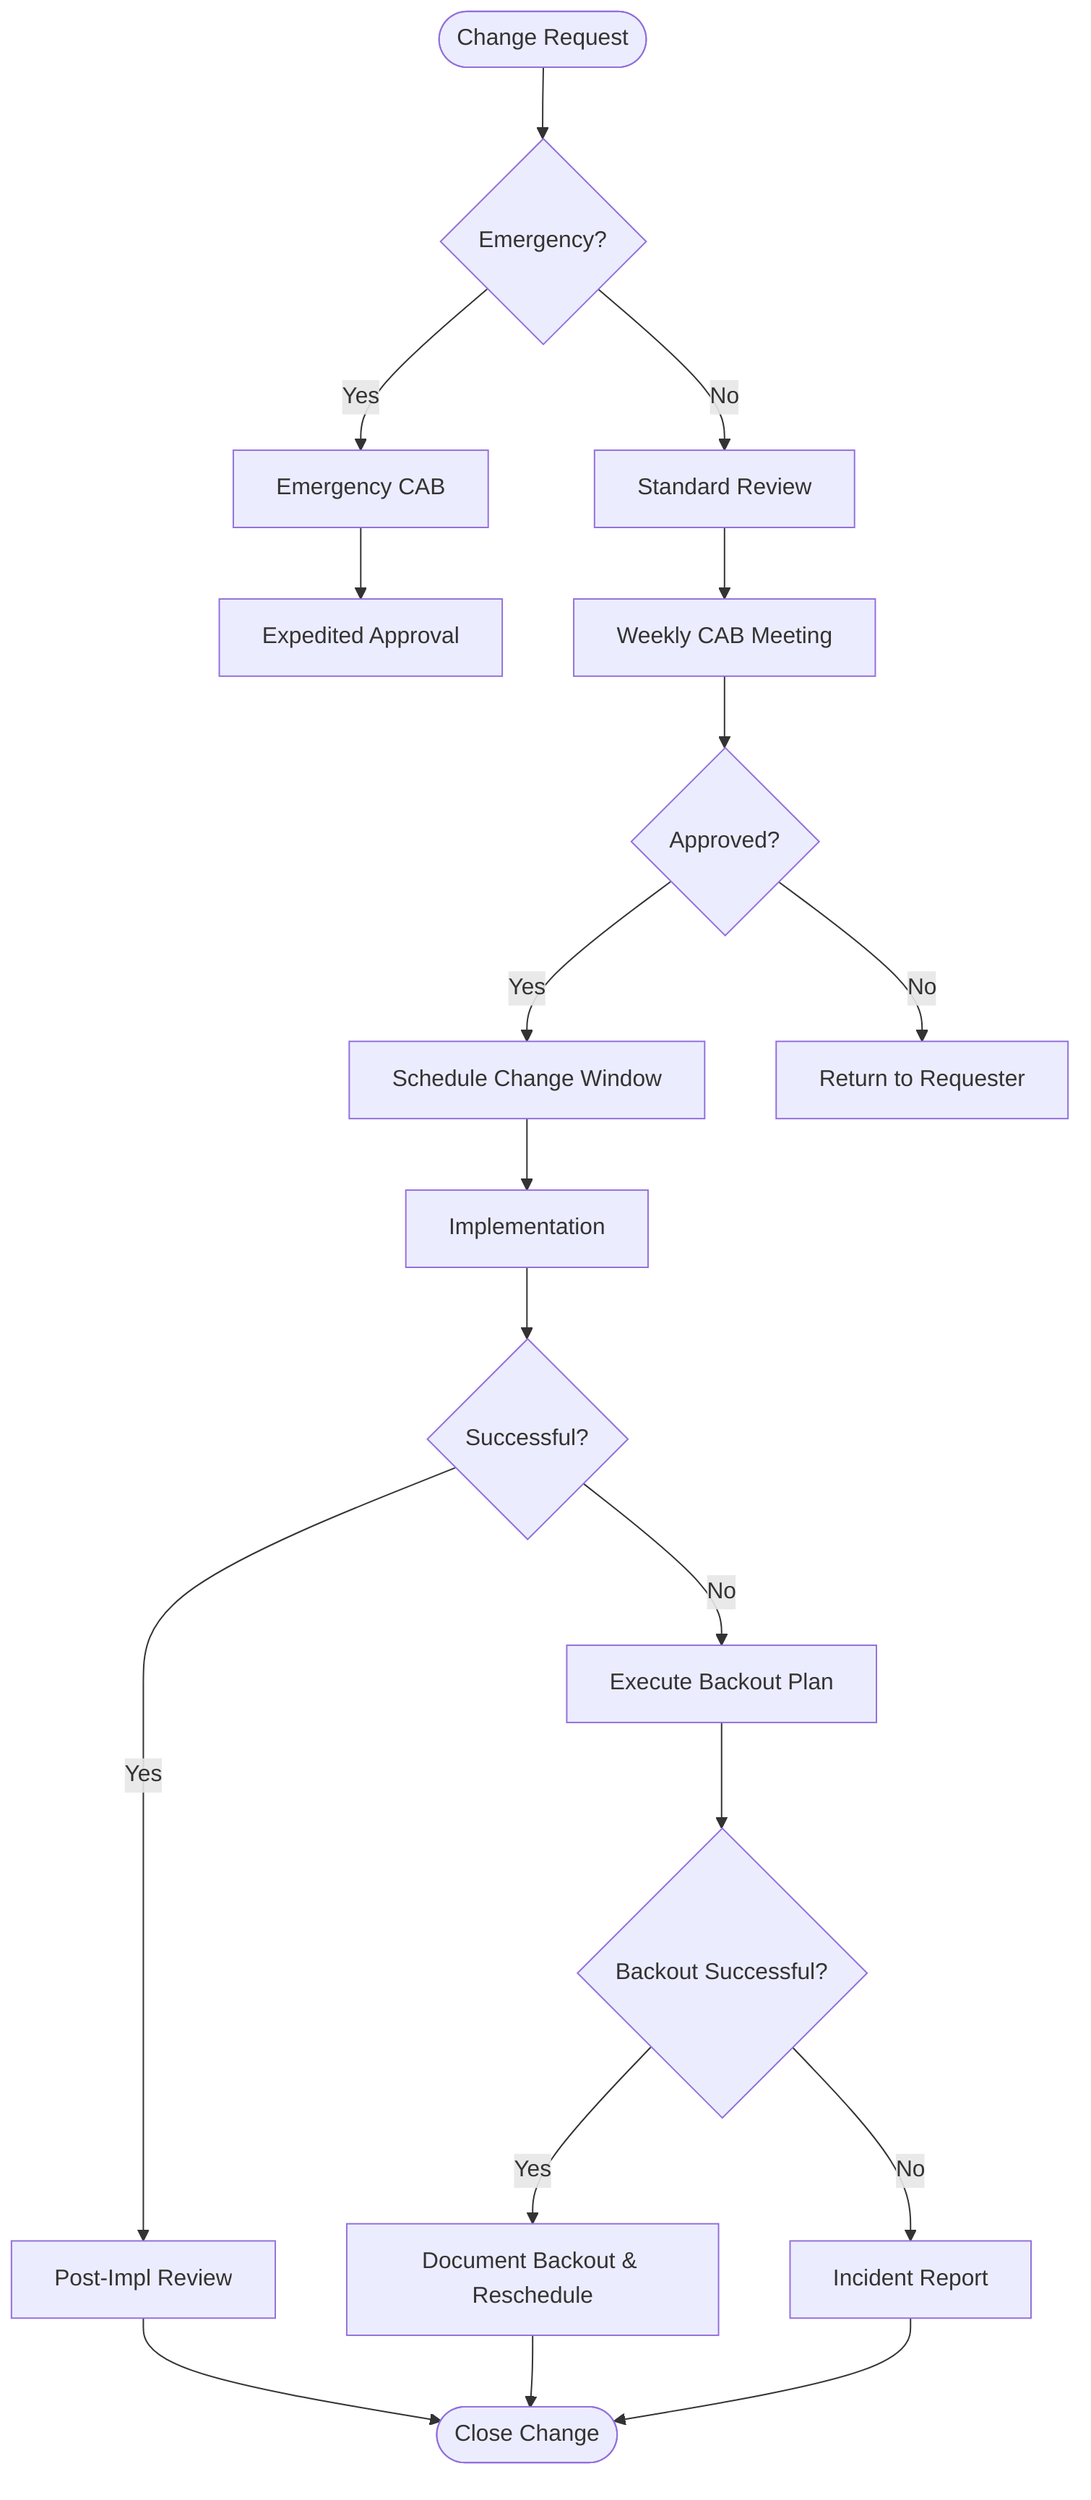
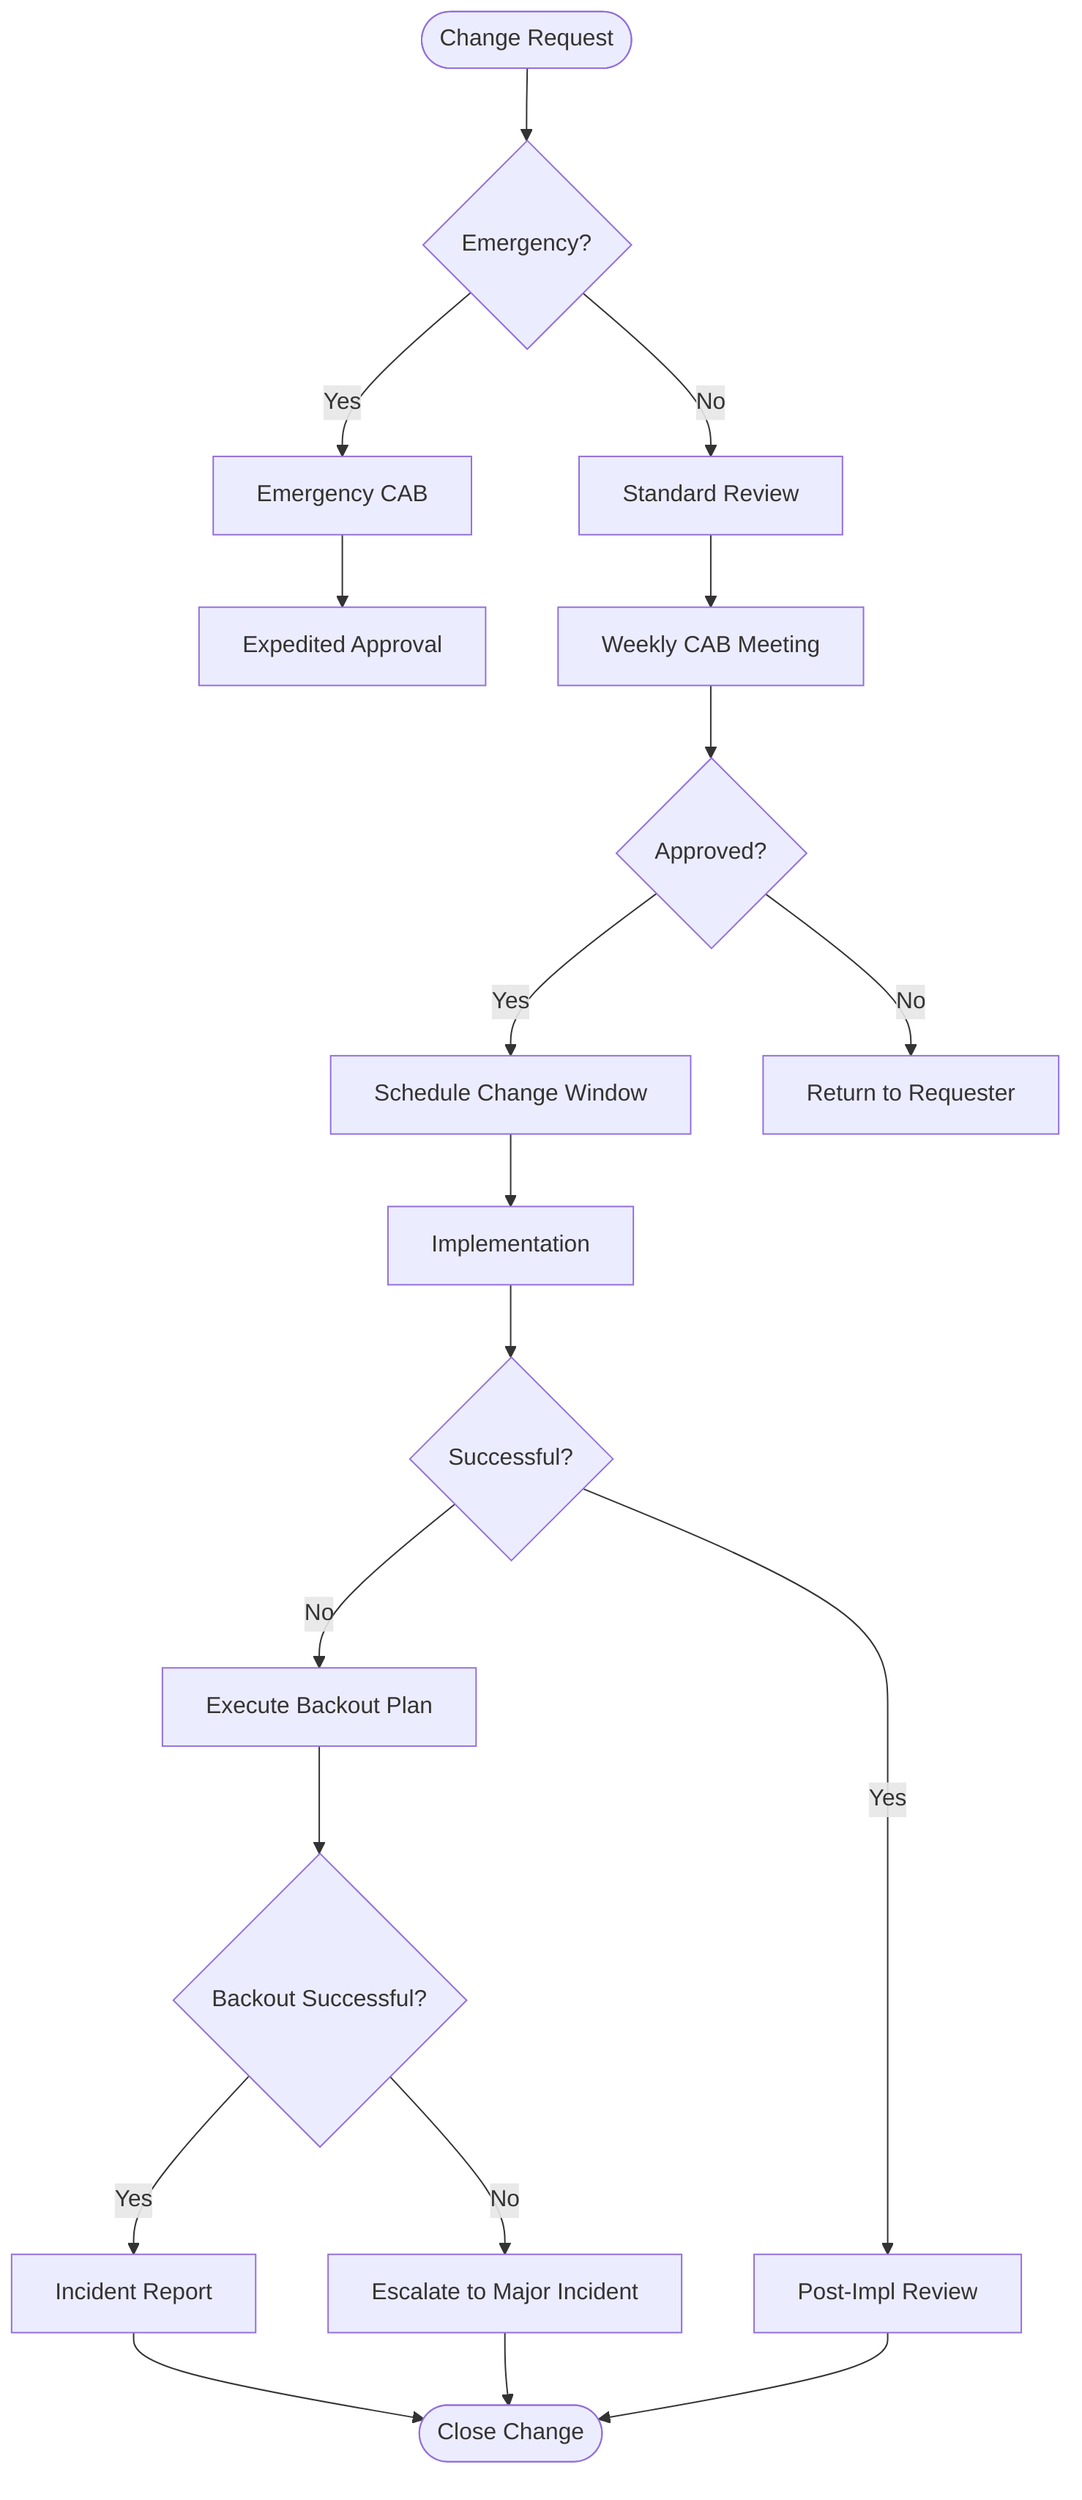
flowchart TD
    A([Change Request]) --> B{Emergency?}
    B --> |Yes| C[Emergency CAB]
    B --> |No| D[Standard Review]
    C --> E[Expedited Approval]
    D --> F[Weekly CAB Meeting]
    F --> G{Approved?}
    G --> |Yes| H[Schedule Change Window]
    G --> |No| I[Return to Requester]
    H --> J[Implementation]
    J --> K{Successful?}
    K --> |Yes| L[Post-Impl Review]
    %% ⚡ CHANGED SECTION
    K --> |No| M1[Execute Backout Plan]
    M1 --> M2{Backout Successful?}
-     M2 --> |Yes| M3[Document Backout & Reschedule]
-     M2 --> |No| M[Incident Report]
-     M3 --> N
+     M2 --> |Yes| M3[Incident Report]
+     M2 --> |No| M4[Escalate to Major Incident]
+     M3 --> N([Close Change])
+     M4 --> N
    %% ⚡ END CHANGED SECTION
-     L --> N([Close Change])
-     M --> N+     L --> N